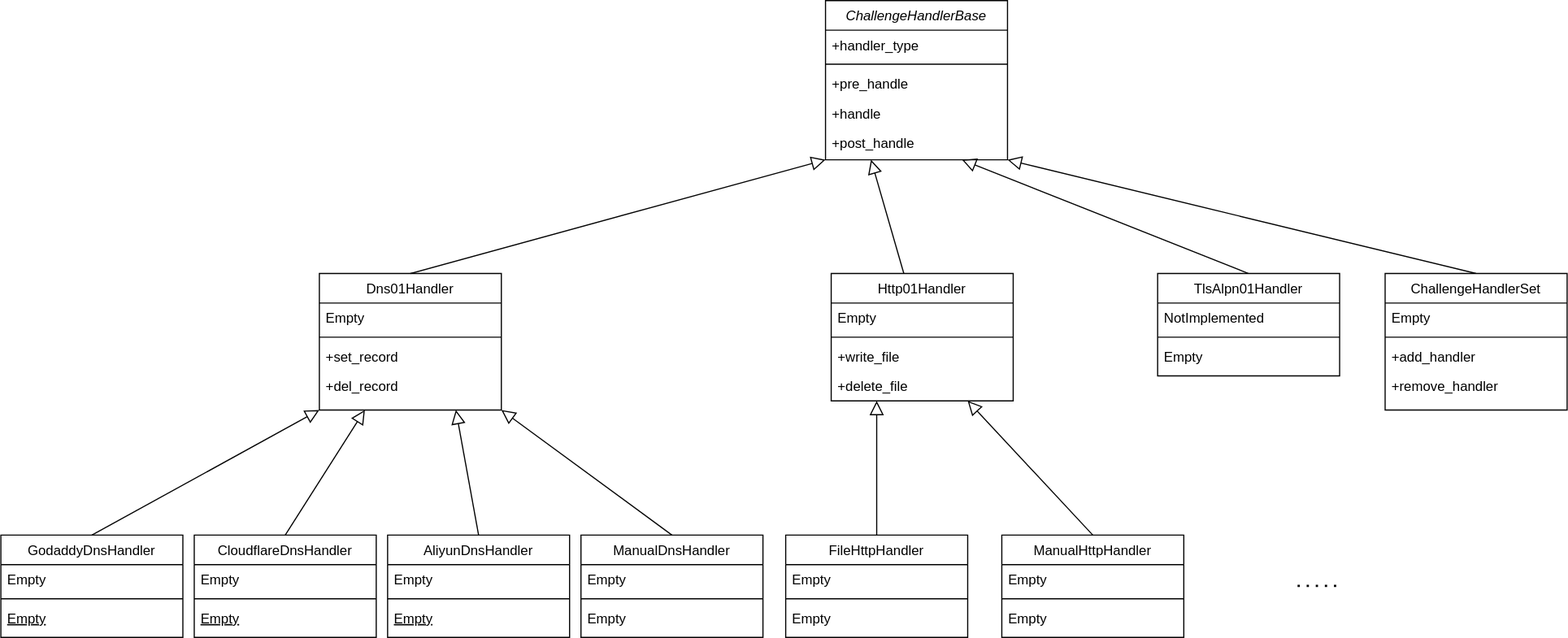
CBPJ/AcmeN keeps this draw.io diagram as docs/raw/developer/challenge_handlers/ChallengeHandler.drawio.svg. Above is the earlier version. Source tidied: cells renumbered, new cells last; positions are measured from the earlier drawing's top-left corner, leaving out a move shared by most shapes.
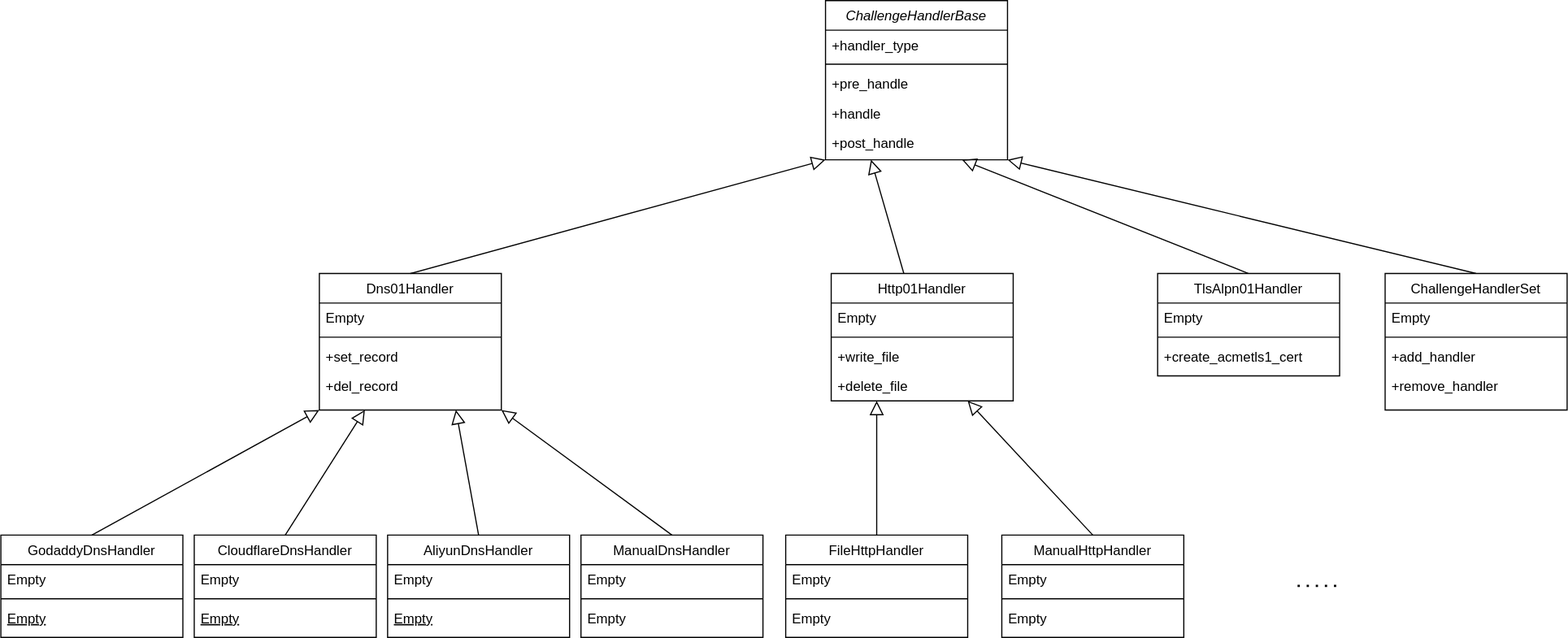
Later version of the same file.

Commit message:
add TlsAlpn01Handler

Diff of the diagram source:
```diff
@@ -140,13 +140,13 @@
     <mxCell id="47" value="TlsAlpn01Handler" style="swimlane;fontStyle=0;align=center;verticalAlign=top;horizontal=1;startSize=26;rounded=0;shadow=0;strokeWidth=1;" parent="1" vertex="1">
       <mxGeometry x="1017" y="240" width="160" height="90" as="geometry" />
     </mxCell>
-    <mxCell id="48" value="NotImplemented" style="text;align=left;verticalAlign=top;spacingLeft=4;spacingRight=4;overflow=hidden;" parent="47" vertex="1">
+    <mxCell id="48" value="Empty" style="text;align=left;verticalAlign=top;spacingLeft=4;spacingRight=4;overflow=hidden;" parent="47" vertex="1">
       <mxGeometry y="26" width="160" height="26" as="geometry" />
     </mxCell>
     <mxCell id="49" style="line;html=1;strokeWidth=1;align=left;verticalAlign=middle;spacingTop=-1;spacingLeft=3;spacingRight=3;labelPosition=right;" parent="47" vertex="1">
       <mxGeometry y="52" width="160" height="8" as="geometry" />
     </mxCell>
-    <mxCell id="50" value="Empty" style="text;strokeColor=none;fillColor=none;align=left;verticalAlign=top;spacingLeft=4;spacingRight=4;overflow=hidden;" parent="47" vertex="1">
+    <mxCell id="50" value="+create_acmetls1_cert" style="text;strokeColor=none;fillColor=none;align=left;verticalAlign=top;spacingLeft=4;spacingRight=4;overflow=hidden;" parent="47" vertex="1">
       <mxGeometry y="60" width="160" height="26" as="geometry" />
     </mxCell>
     <mxCell id="51" style="endArrow=none;dashed=1;html=1;dashPattern=1 3;strokeWidth=2;rounded=0;" parent="1" edge="1">
```
